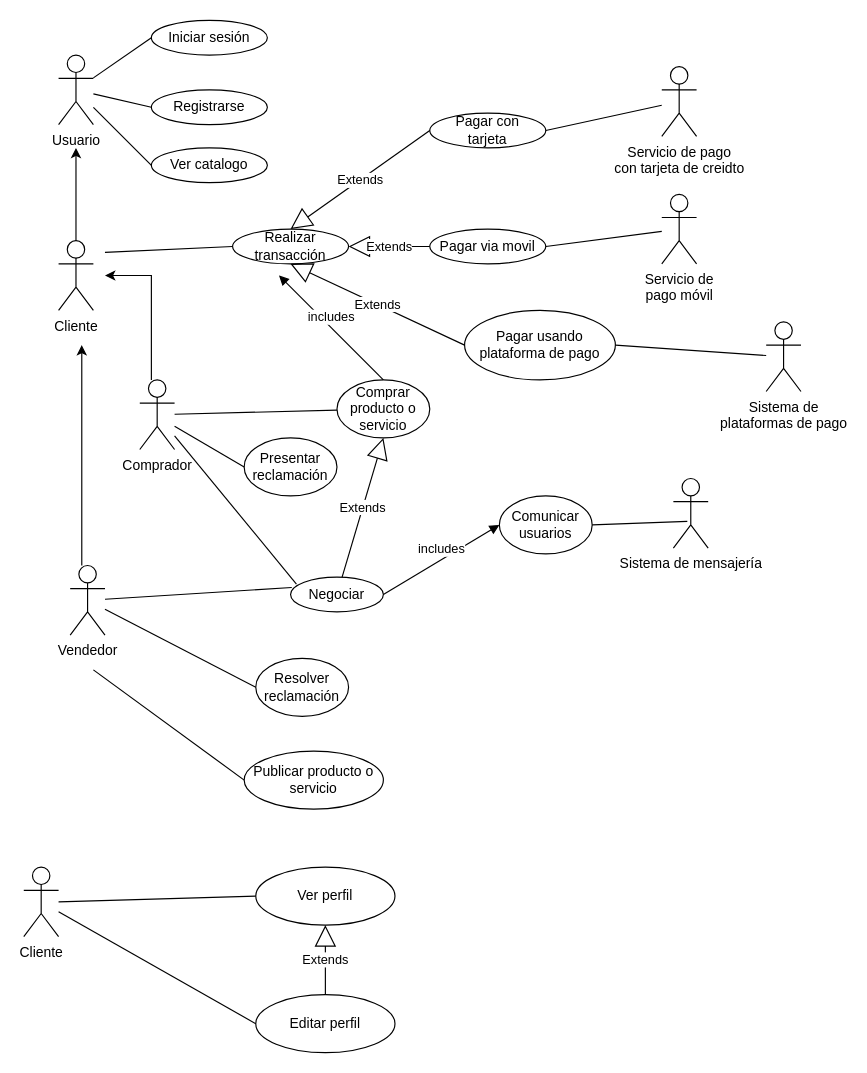
AyobAsroutVargas/lab1 keeps this draw.io diagram as Untitled Diagram.drawio. Above is the earlier version. Source tidied: cells renumbered, new cells numbered last; positions are measured from the earlier drawing's top-left corner, leaving out a move shared by most shapes. Both pictures are drawn from the tidied source at 116%, with x=0, y=0 at pixel (23, 20).
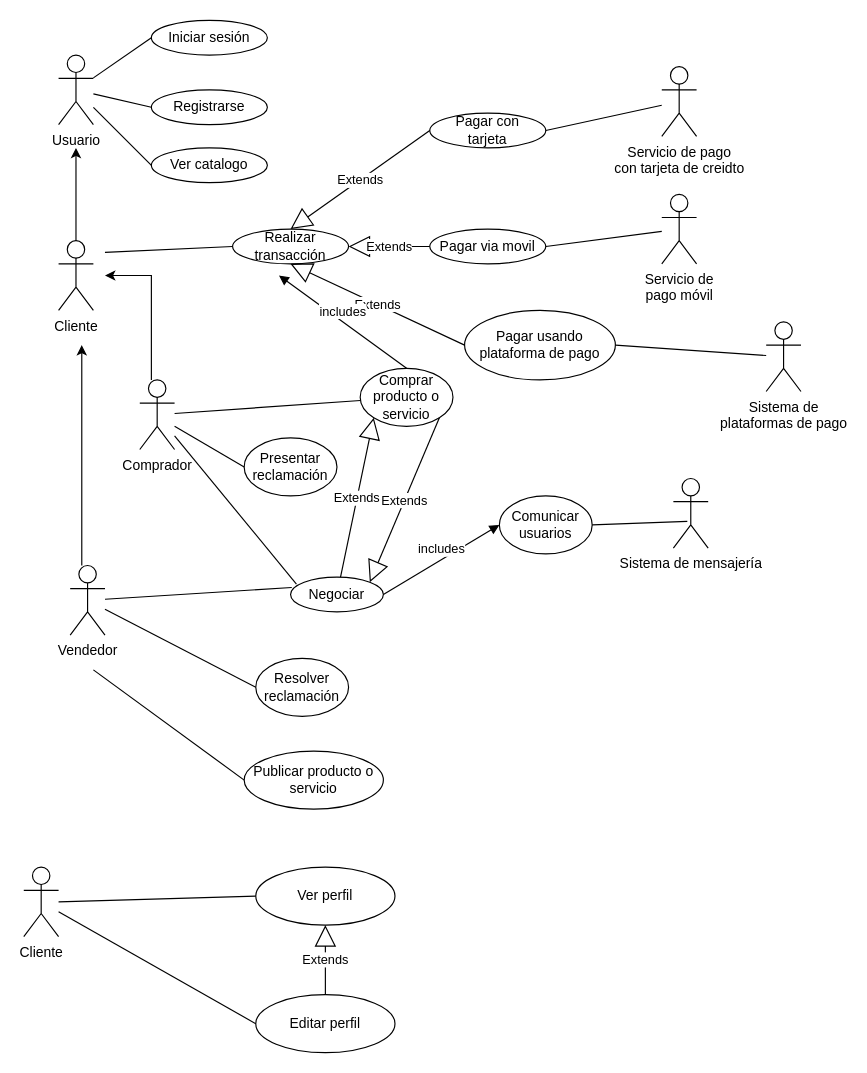
The same diagram, later.

The change refers to these unchanged cells:
```xml
<mxCell id="15" value="Negociar" style="ellipse;whiteSpace=wrap;html=1;" parent="1" vertex="1">
  <mxGeometry x="230" y="480" width="80" height="30" as="geometry" />
</mxCell>
```

The edit, as a diff of the source:
```diff
@@
     <mxCell id="48" value="Comprar producto o servicio" style="ellipse;whiteSpace=wrap;html=1;" parent="1" vertex="1">
-      <mxGeometry x="270" y="310" width="80" height="50" as="geometry" />
+      <mxGeometry x="290" y="300" width="80" height="50" as="geometry" />
     </mxCell>
@@
-    <mxCell id="50" value="Extends" style="endArrow=block;endSize=16;endFill=0;html=1;entryX=0.5;entryY=1;entryDx=0;entryDy=0;" parent="1" edge="1" source="15" target="48">
+    <mxCell id="50" value="Extends" style="endArrow=block;endSize=16;endFill=0;html=1;entryX=0;entryY=1;entryDx=0;entryDy=0;" parent="1" edge="1" source="15" target="48">
       <mxGeometry relative="1" as="geometry" />
     </mxCell>
@@
+    <mxCell id="52" value="Extends" style="endArrow=block;endSize=16;endFill=0;html=1;exitX=1;exitY=1;exitDx=0;exitDy=0;entryX=1;entryY=0;entryDx=0;entryDy=0;" parent="1" edge="1" source="48" target="15">
+      <mxGeometry relative="1" as="geometry" />
+    </mxCell>
```
